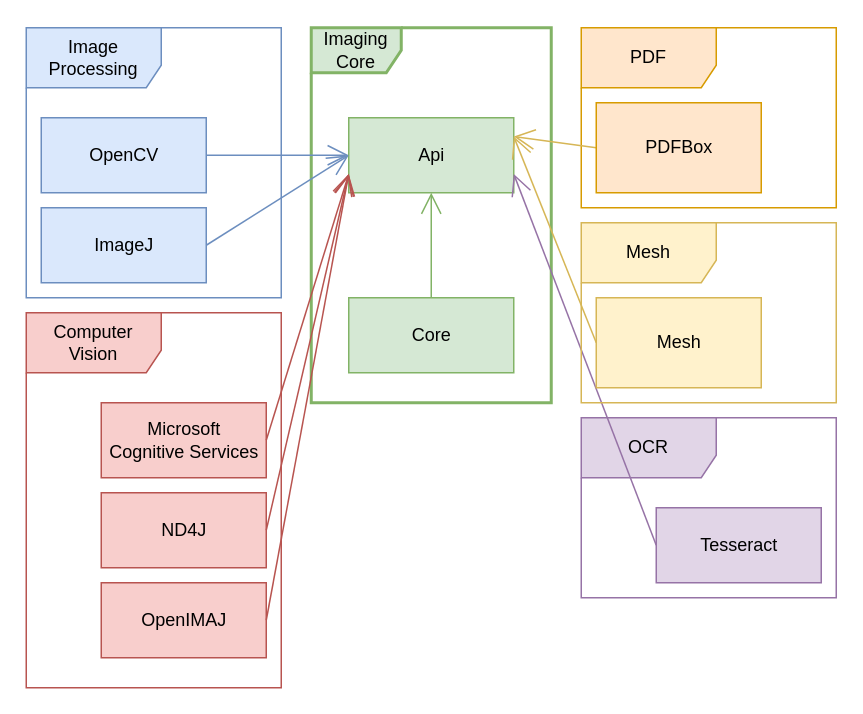
Earlier version of the draw.io diagram src/site/resources/documentation/imaging_structure.drawio (FHOOEAIST/imaging). Source tidied: cells renumbered, new cells numbered last; positions are measured from the earlier drawing's top-left corner, leaving out a move shared by most shapes. Both pictures are drawn from the tidied source at 150%, with x=0, y=0 at pixel (26, 27).
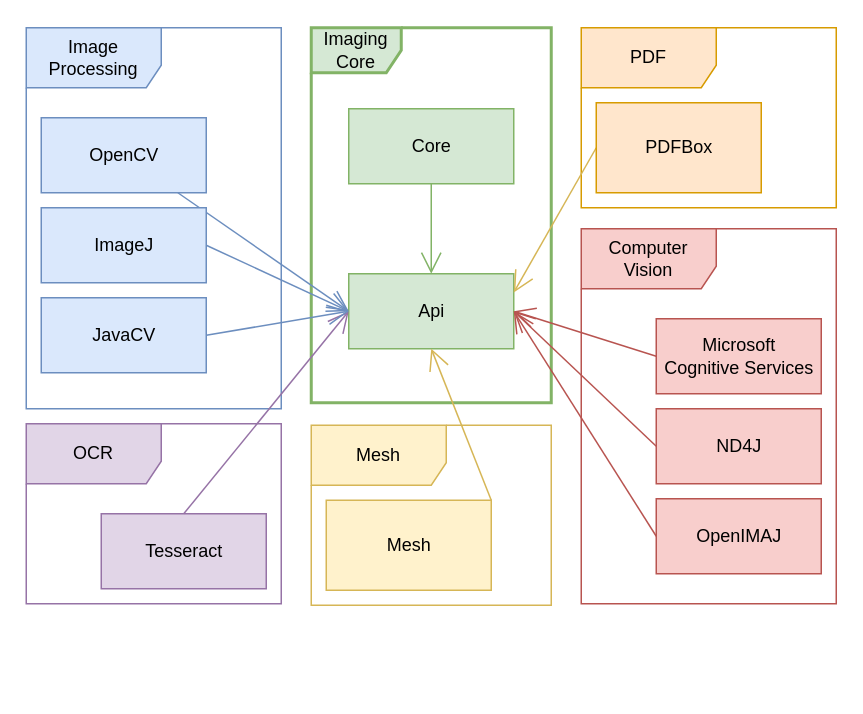
After the change.

What changed in the source:
```diff
@@
     <mxCell id="2" value="Computer Vision" style="shape=umlFrame;whiteSpace=wrap;html=1;width=90;height=40;fillColor=#f8cecc;strokeColor=#b85450;" parent="1" vertex="1">
-      <mxGeometry y="190" width="170" height="250" as="geometry" />
+      <mxGeometry x="370" y="134" width="170" height="250" as="geometry" />
     </mxCell>
     <mxCell id="3" value="Image Processing" style="shape=umlFrame;whiteSpace=wrap;html=1;width=90;height=40;fillColor=#dae8fc;strokeColor=#6c8ebf;" parent="1" vertex="1">
-      <mxGeometry width="170" height="180" as="geometry" />
+      <mxGeometry width="170" height="254" as="geometry" />
     </mxCell>
@@
     <mxCell id="6" value="OCR" style="shape=umlFrame;whiteSpace=wrap;html=1;width=90;height=40;fillColor=#e1d5e7;strokeColor=#9673a6;" parent="1" vertex="1">
-      <mxGeometry x="370" y="260" width="170" height="120" as="geometry" />
+      <mxGeometry y="264" width="170" height="120" as="geometry" />
     </mxCell>
     <mxCell id="7" value="Api" style="html=1;fillColor=#d5e8d4;strokeColor=#82b366;" parent="1" vertex="1">
-      <mxGeometry x="215" y="60" width="110" height="50" as="geometry" />
+      <mxGeometry x="215" y="164" width="110" height="50" as="geometry" />
     </mxCell>
     <mxCell id="8" value="Core" style="html=1;fillColor=#d5e8d4;strokeColor=#82b366;" parent="1" vertex="1">
-      <mxGeometry x="215" y="180" width="110" height="50" as="geometry" />
+      <mxGeometry x="215" y="54" width="110" height="50" as="geometry" />
     </mxCell>
@@
     <mxCell id="12" value="Tesseract&lt;br&gt;" style="html=1;fillColor=#e1d5e7;strokeColor=#9673a6;" parent="1" vertex="1">
-      <mxGeometry x="420" y="320" width="110" height="50" as="geometry" />
+      <mxGeometry x="50" y="324" width="110" height="50" as="geometry" />
     </mxCell>
     <mxCell id="13" value="Microsoft&lt;br&gt;Cognitive Services&lt;br&gt;" style="html=1;fillColor=#f8cecc;strokeColor=#b85450;" parent="1" vertex="1">
-      <mxGeometry x="50" y="250" width="110" height="50" as="geometry" />
+      <mxGeometry x="420" y="194" width="110" height="50" as="geometry" />
     </mxCell>
@@
-    <mxCell id="16" style="endArrow=open;endFill=1;endSize=12;html=1;fillColor=#e1d5e7;strokeColor=#9673a6;entryX=1;entryY=0.75;entryDx=0;entryDy=0;exitX=0;exitY=0.5;exitDx=0;exitDy=0;" parent="1" edge="1" source="12" target="7">
+    <mxCell id="16" style="endArrow=open;endFill=1;endSize=12;html=1;fillColor=#e1d5e7;strokeColor=#9673a6;entryX=0;entryY=0.5;entryDx=0;entryDy=0;exitX=0.5;exitY=0;exitDx=0;exitDy=0;" parent="1" edge="1" source="12" target="7">
       <mxGeometry relative="1" as="geometry" />
     </mxCell>
-    <mxCell id="17" style="endArrow=open;endFill=1;endSize=12;html=1;fillColor=#f8cecc;strokeColor=#b85450;entryX=0;entryY=0.75;entryDx=0;entryDy=0;exitX=1;exitY=0.5;exitDx=0;exitDy=0;" parent="1" edge="1" source="13" target="7">
+    <mxCell id="17" style="endArrow=open;endFill=1;endSize=12;html=1;fillColor=#f8cecc;strokeColor=#b85450;entryX=1;entryY=0.5;entryDx=0;entryDy=0;exitX=0;exitY=0.5;exitDx=0;exitDy=0;" parent="1" edge="1" source="13" target="7">
       <mxGeometry relative="1" as="geometry" />
     </mxCell>
@@
     <mxCell id="20" value="ND4J" style="html=1;fillColor=#f8cecc;strokeColor=#b85450;" parent="1" vertex="1">
-      <mxGeometry x="50" y="310" width="110" height="50" as="geometry" />
+      <mxGeometry x="420" y="254" width="110" height="50" as="geometry" />
     </mxCell>
-    <mxCell id="21" style="endArrow=open;endFill=1;endSize=12;html=1;fillColor=#f8cecc;strokeColor=#b85450;exitX=1;exitY=0.5;exitDx=0;exitDy=0;entryX=0;entryY=0.75;entryDx=0;entryDy=0;" parent="1" edge="1" source="20" target="7">
+    <mxCell id="21" style="endArrow=open;endFill=1;endSize=12;html=1;fillColor=#f8cecc;strokeColor=#b85450;exitX=0;exitY=0.5;exitDx=0;exitDy=0;entryX=1;entryY=0.5;entryDx=0;entryDy=0;" parent="1" edge="1" source="20" target="7">
       <mxGeometry relative="1" as="geometry" />
     </mxCell>
     <mxCell id="22" value="OpenIMAJ" style="html=1;fillColor=#f8cecc;strokeColor=#b85450;" parent="1" vertex="1">
-      <mxGeometry x="50" y="370" width="110" height="50" as="geometry" />
+      <mxGeometry x="420" y="314" width="110" height="50" as="geometry" />
     </mxCell>
-    <mxCell id="23" style="endArrow=open;endFill=1;endSize=12;html=1;fillColor=#f8cecc;strokeColor=#b85450;exitX=1;exitY=0.5;exitDx=0;exitDy=0;entryX=0;entryY=0.75;entryDx=0;entryDy=0;" parent="1" edge="1" source="22" target="7">
+    <mxCell id="23" style="endArrow=open;endFill=1;endSize=12;html=1;fillColor=#f8cecc;strokeColor=#b85450;entryX=1;entryY=0.5;entryDx=0;entryDy=0;exitX=0;exitY=0.5;exitDx=0;exitDy=0;" parent="1" edge="1" source="22" target="7">
       <mxGeometry relative="1" as="geometry" />
     </mxCell>
     <mxCell id="24" value="Mesh" style="shape=umlFrame;whiteSpace=wrap;html=1;width=90;height=40;fillColor=#fff2cc;strokeColor=#d6b656;" parent="1" vertex="1">
-      <mxGeometry x="370" y="130" width="170" height="120" as="geometry" />
+      <mxGeometry x="190" y="265" width="160" height="120" as="geometry" />
     </mxCell>
     <mxCell id="25" value="Mesh" style="html=1;fillColor=#fff2cc;strokeColor=#d6b656;" parent="1" vertex="1">
-      <mxGeometry x="380" y="180" width="110" height="60" as="geometry" />
+      <mxGeometry x="200" y="315" width="110" height="60" as="geometry" />
     </mxCell>
-    <mxCell id="26" style="rounded=0;jettySize=auto;html=1;exitX=0;exitY=0.5;exitDx=0;exitDy=0;entryX=1;entryY=0.25;entryDx=0;entryDy=0;fillColor=#fff2cc;strokeColor=#d6b656;endArrow=open;endFill=0;endSize=12;" parent="1" edge="1" source="25" target="7">
-      <mxGeometry relative="1" as="geometry" />
+    <mxCell id="26" style="rounded=0;jettySize=auto;html=1;exitX=1;exitY=0;exitDx=0;exitDy=0;fillColor=#fff2cc;strokeColor=#d6b656;endArrow=open;endFill=0;endSize=12;" parent="1" edge="1" source="25">
+      <mxGeometry relative="1" as="geometry">
+        <mxPoint x="270" y="214" as="targetPoint" />
+      </mxGeometry>
     </mxCell>
+    <mxCell id="27" value="JavaCV" style="html=1;fillColor=#dae8fc;strokeColor=#6c8ebf;" parent="1" vertex="1">
+      <mxGeometry x="10" y="180" width="110" height="50" as="geometry" />
+    </mxCell>
+    <mxCell id="28" style="endArrow=open;endFill=1;endSize=12;html=1;fillColor=#dae8fc;strokeColor=#6c8ebf;exitX=1;exitY=0.5;exitDx=0;exitDy=0;entryX=0;entryY=0.5;entryDx=0;entryDy=0;" parent="1" edge="1" source="27" target="7">
+      <mxGeometry relative="1" as="geometry" />
+    </mxCell>
```
